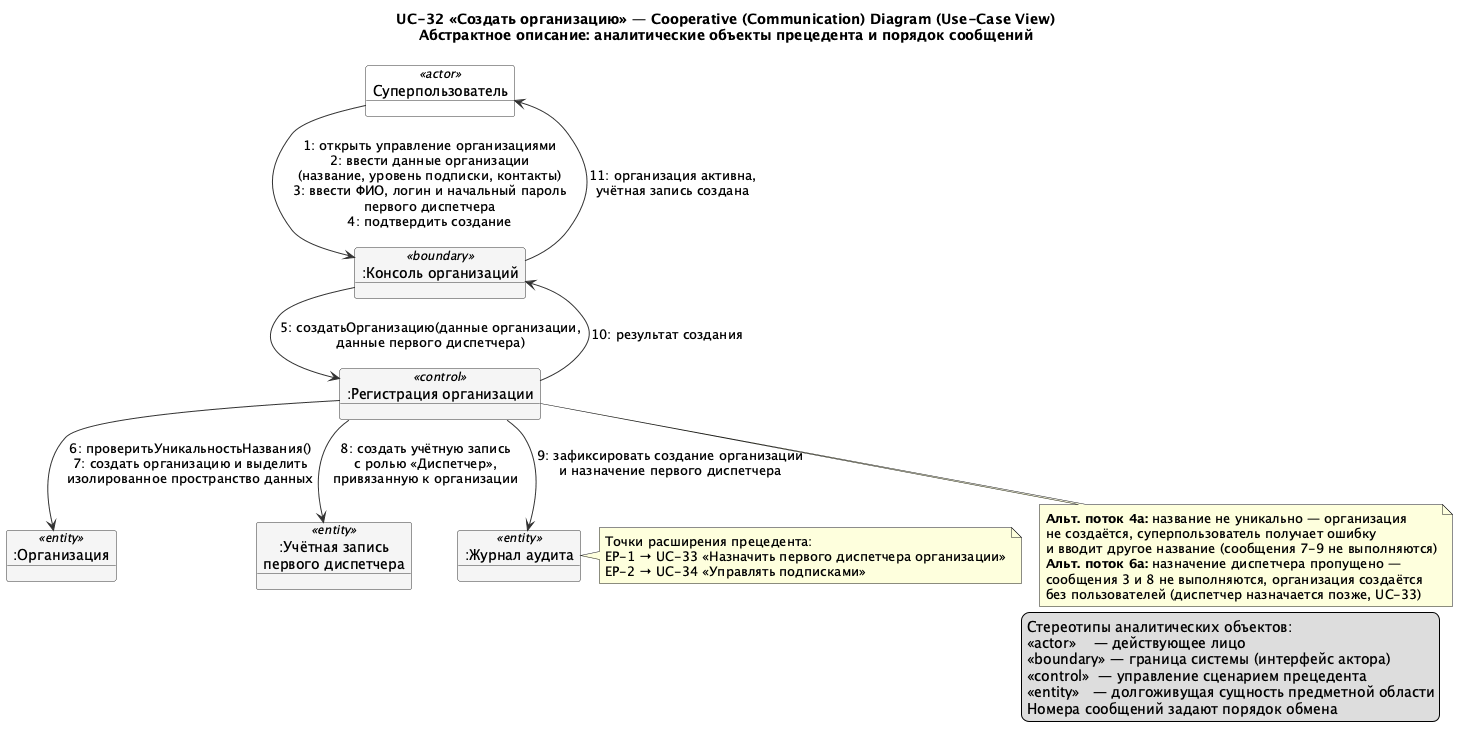
This is docs/diagrams/out/COL_UC32_UseCaseView.png from granikartem/MPI, a PlantUML export, as it was before one commit. Its diagram source:
```plantuml
@startuml COL_UC32_UseCaseView
!pragma layout smetana
skinparam shadowing false
skinparam objectBackgroundColor #F5F5F5
skinparam objectBorderColor #333333
skinparam ArrowColor #333333

title UC-32 «Создать организацию» — Cooperative (Communication) Diagram (Use-Case View)\nАбстрактное описание: аналитические объекты прецедента и порядок сообщений

object "Суперпользователь" as SU <<actor>> #White
object ":Консоль организаций" as Boundary <<boundary>>
object ":Регистрация организации" as Control <<control>>
object ":Организация" as Org <<entity>>
object ":Учётная запись\nпервого диспетчера" as User <<entity>>
object ":Журнал аудита" as Audit <<entity>>

SU --> Boundary : 1: открыть управление организациями\n2: ввести данные организации\n(название, уровень подписки, контакты)\n3: ввести ФИО, логин и начальный пароль\nпервого диспетчера\n4: подтвердить создание

Boundary --> Control : 5: создатьОрганизацию(данные организации,\nданные первого диспетчера)

Control --> Org : 6: проверитьУникальностьНазвания()\n7: создать организацию и выделить\nизолированное пространство данных

Control --> User : 8: создать учётную запись\nс ролью «Диспетчер»,\nпривязанную к организации

Control --> Audit : 9: зафиксировать создание организации\nи назначение первого диспетчера

Control --> Boundary : 10: результат создания
Boundary --> SU : 11: организация активна,\nучётная запись создана

note bottom of Control
  **Альт. поток 4а:** название не уникально — организация
  не создаётся, суперпользователь получает ошибку
  и вводит другое название (сообщения 7-9 не выполняются)
  **Альт. поток 6а:** назначение диспетчера пропущено —
  сообщения 3 и 8 не выполняются, организация создаётся
  без пользователей (диспетчер назначается позже, UC-33)
end note

note right of Audit
  Точки расширения прецедента:
  EP-1 → UC-33 «Назначить первого диспетчера организации»
  EP-2 → UC-34 «Управлять подписками»
end note

legend right
  Стереотипы аналитических объектов:
  <<actor>>    — действующее лицо
  <<boundary>> — граница системы (интерфейс актора)
  <<control>>  — управление сценарием прецедента
  <<entity>>   — долгоживущая сущность предметной области
  Номера сообщений задают порядок обмена
endlegend
@enduml
```
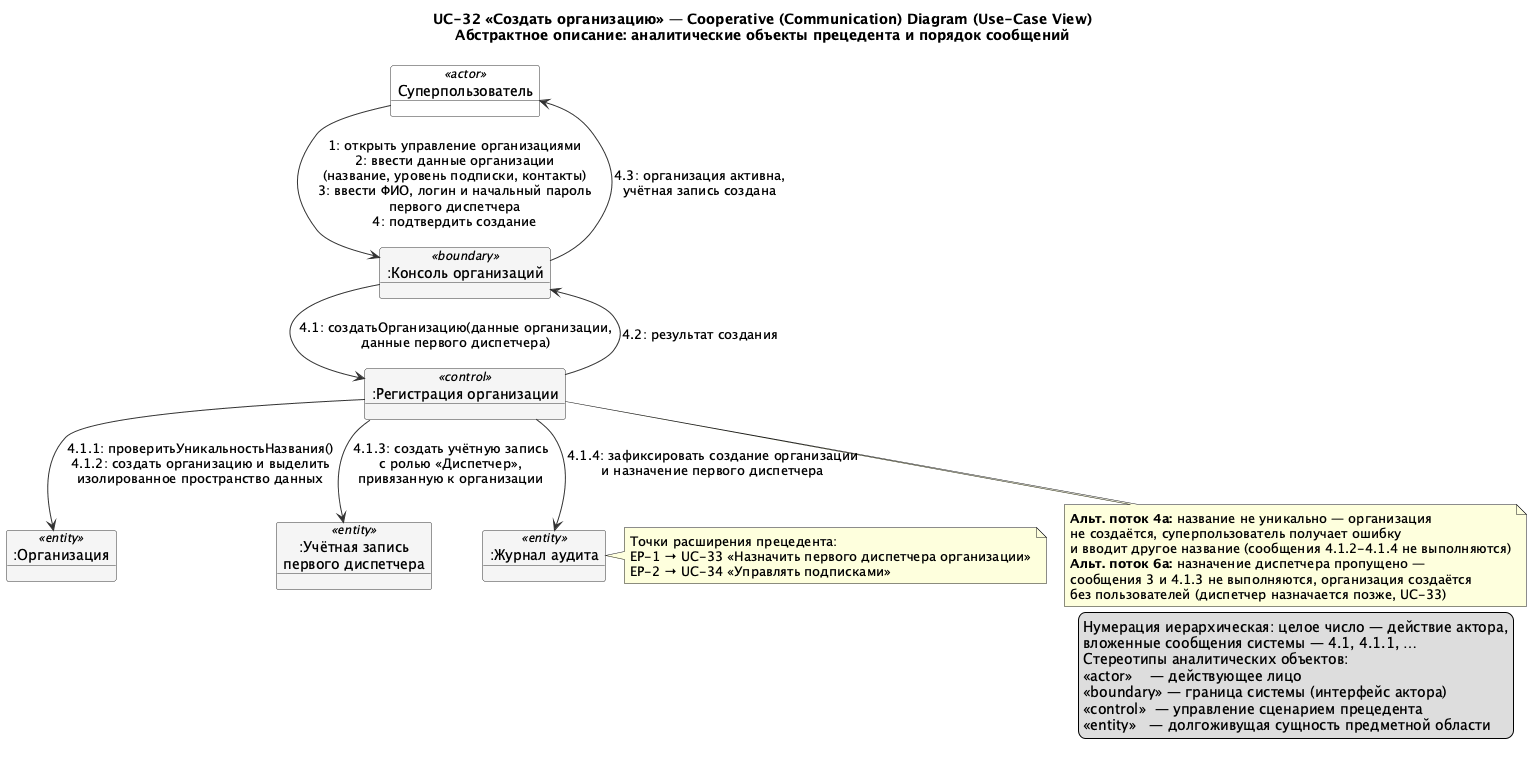
The same file after the commit.

The edit, as a diff of the source:
```diff
@@ -16,23 +16,23 @@
 
 SU --> Boundary : 1: открыть управление организациями\n2: ввести данные организации\n(название, уровень подписки, контакты)\n3: ввести ФИО, логин и начальный пароль\nпервого диспетчера\n4: подтвердить создание
 
-Boundary --> Control : 5: создатьОрганизацию(данные организации,\nданные первого диспетчера)
+Boundary --> Control : 4.1: создатьОрганизацию(данные организации,\nданные первого диспетчера)
 
-Control --> Org : 6: проверитьУникальностьНазвания()\n7: создать организацию и выделить\nизолированное пространство данных
+Control --> Org : 4.1.1: проверитьУникальностьНазвания()\n4.1.2: создать организацию и выделить\nизолированное пространство данных
 
-Control --> User : 8: создать учётную запись\nс ролью «Диспетчер»,\nпривязанную к организации
+Control --> User : 4.1.3: создать учётную запись\nс ролью «Диспетчер»,\nпривязанную к организации
 
-Control --> Audit : 9: зафиксировать создание организации\nи назначение первого диспетчера
+Control --> Audit : 4.1.4: зафиксировать создание организации\nи назначение первого диспетчера
 
-Control --> Boundary : 10: результат создания
-Boundary --> SU : 11: организация активна,\nучётная запись создана
+Control --> Boundary : 4.2: результат создания
+Boundary --> SU : 4.3: организация активна,\nучётная запись создана
 
 note bottom of Control
   **Альт. поток 4а:** название не уникально — организация
   не создаётся, суперпользователь получает ошибку
-  и вводит другое название (сообщения 7-9 не выполняются)
+  и вводит другое название (сообщения 4.1.2-4.1.4 не выполняются)
   **Альт. поток 6а:** назначение диспетчера пропущено —
-  сообщения 3 и 8 не выполняются, организация создаётся
+  сообщения 3 и 4.1.3 не выполняются, организация создаётся
   без пользователей (диспетчер назначается позже, UC-33)
 end note
 
@@ -43,11 +43,12 @@
 end note
 
 legend right
+  Нумерация иерархическая: целое число — действие актора,
+  вложенные сообщения системы — 4.1, 4.1.1, …
   Стереотипы аналитических объектов:
   <<actor>>    — действующее лицо
   <<boundary>> — граница системы (интерфейс актора)
   <<control>>  — управление сценарием прецедента
   <<entity>>   — долгоживущая сущность предметной области
-  Номера сообщений задают порядок обмена
 endlegend
 @enduml
```
